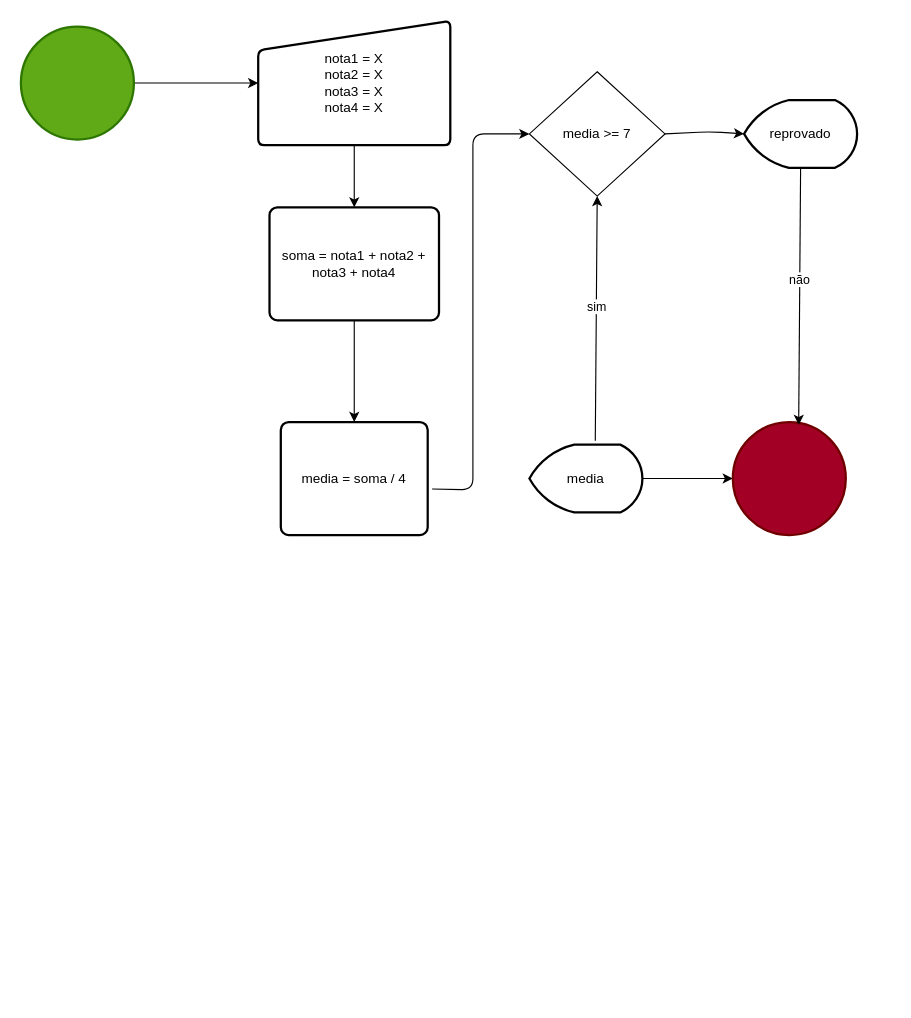
Before: aulas/aula01/calculo_notas.drawio in Gui94Siqueira/Logica-Programacao, a draw.io diagram. Source tidied: cells renumbered, new cells numbered last; positions are measured from the earlier drawing's top-left corner, leaving out a move shared by most shapes. Both pictures are drawn from the tidied source at 113%, with x=0, y=0 at pixel (20, 20).
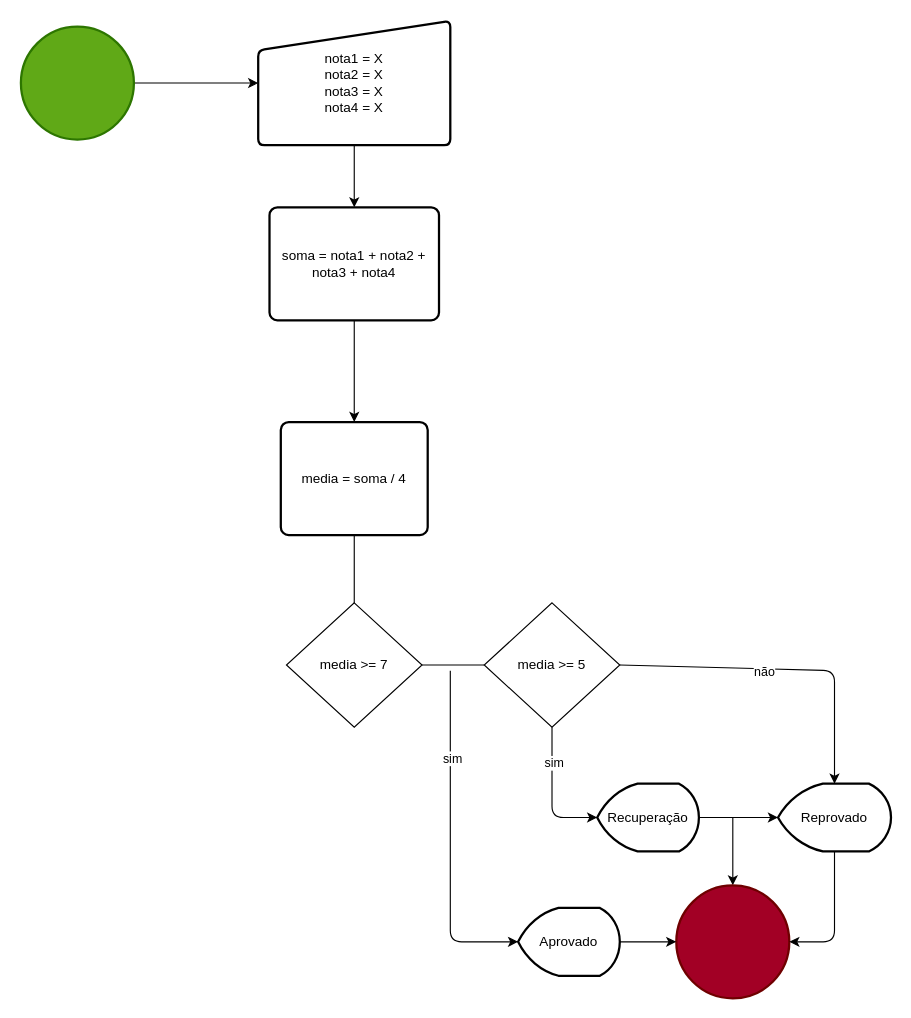
Above is the later version.

Commit message (it also covers changes not shown here):
atualização if else

The change refers to these unchanged cells:
```xml
<mxCell id="9" value="media = soma / 4" style="rounded=1;whiteSpace=wrap;html=1;absoluteArcSize=1;arcSize=14;strokeWidth=2;" parent="1" vertex="1">
  <mxGeometry x="230" y="355" width="130" height="100" as="geometry" />
</mxCell>
```

Diff of the diagram source:
```diff
@@
-    <mxCell id="8" style="edgeStyle=none;html=1;entryX=0;entryY=0.5;entryDx=0;entryDy=0;exitX=1.03;exitY=0.592;exitDx=0;exitDy=0;exitPerimeter=0;" parent="1" edge="1" source="9" target="13">
+    <mxCell id="8" style="edgeStyle=none;html=1;exitX=0.5;exitY=1;exitDx=0;exitDy=0;" parent="1" edge="1" source="9" target="13">
       <mxGeometry relative="1" as="geometry">
         <Array as="points">
-          <mxPoint x="400" y="415" />
-          <mxPoint x="400" y="100" />
+          <mxPoint x="295" y="495" />
+          <mxPoint x="295" y="535" />
         </Array>
       </mxGeometry>
     </mxCell>
@@
-    <mxCell id="10" style="edgeStyle=none;html=1;entryX=0;entryY=0.5;entryDx=0;entryDy=0;entryPerimeter=0;" parent="1" edge="1" source="11" target="12">
-      <mxGeometry relative="1" as="geometry" />
+    <mxCell id="10" style="edgeStyle=none;html=1;entryX=0.5;entryY=0;entryDx=0;entryDy=0;entryPerimeter=0;" parent="1" edge="1" target="12">
+      <mxGeometry relative="1" as="geometry">
+        <mxPoint x="630" y="705" as="sourcePoint" />
+      </mxGeometry>
     </mxCell>
-    <mxCell id="11" value="media" style="strokeWidth=2;html=1;shape=mxgraph.flowchart.display;whiteSpace=wrap;" parent="1" vertex="1">
-      <mxGeometry x="450" y="375" width="100" height="60" as="geometry" />
+    <mxCell id="11" value="Reprovado" style="strokeWidth=2;html=1;shape=mxgraph.flowchart.display;whiteSpace=wrap;" parent="1" vertex="1">
+      <mxGeometry x="670" y="675" width="100" height="60" as="geometry" />
     </mxCell>
     <mxCell id="12" style="strokeWidth=2;html=1;shape=mxgraph.flowchart.start_2;whiteSpace=wrap;fillColor=#a20025;fontColor=#ffffff;strokeColor=#6F0000;" parent="1" vertex="1">
-      <mxGeometry x="630" y="355" width="100" height="100" as="geometry" />
+      <mxGeometry x="580" y="765" width="100" height="100" as="geometry" />
     </mxCell>
     <mxCell id="13" value="media &amp;gt;= 7" style="rhombus;whiteSpace=wrap;html=1;" parent="1" vertex="1">
-      <mxGeometry x="450" y="45" width="120" height="110" as="geometry" />
+      <mxGeometry x="235" y="515" width="120" height="110" as="geometry" />
     </mxCell>
-    <mxCell id="14" value="reprovado" style="strokeWidth=2;html=1;shape=mxgraph.flowchart.display;whiteSpace=wrap;" parent="1" vertex="1">
-      <mxGeometry x="640" y="70" width="100" height="60" as="geometry" />
+    <mxCell id="14" value="Aprovado&lt;br&gt;" style="strokeWidth=2;html=1;shape=mxgraph.flowchart.display;whiteSpace=wrap;" parent="1" vertex="1">
+      <mxGeometry x="440" y="785" width="90" height="60" as="geometry" />
     </mxCell>
-    <mxCell id="15" style="edgeStyle=none;html=1;exitX=0.583;exitY=-0.056;exitDx=0;exitDy=0;exitPerimeter=0;" parent="1" edge="1" source="11">
-      <mxGeometry relative="1" as="geometry">
-        <mxPoint x="510" y="155" as="targetPoint" />
-      </mxGeometry>
-    </mxCell>
+    <mxCell id="17" style="edgeStyle=none;html=1;entryX=0;entryY=0.5;entryDx=0;entryDy=0;entryPerimeter=0;" parent="1" edge="1" target="14">
+      <mxGeometry relative="1" as="geometry">
+        <mxPoint x="380" y="575" as="sourcePoint" />
+        <Array as="points">
+          <mxPoint x="380" y="815" />
+        </Array>
+      </mxGeometry>
+    </mxCell>
+    <mxCell id="19" value="sim" style="edgeLabel;html=1;align=center;verticalAlign=middle;" parent="17" vertex="1">
+      <mxGeometry x="-0.49" y="1" relative="1" as="geometry" />
+    </mxCell>
+    <mxCell id="18" style="edgeStyle=none;html=1;exitX=1;exitY=0.5;exitDx=0;exitDy=0;startArrow=none;entryX=0.5;entryY=0;entryDx=0;entryDy=0;entryPerimeter=0;" parent="1" edge="1" source="24" target="11">
+      <mxGeometry relative="1" as="geometry">
+        <Array as="points">
+          <mxPoint x="720" y="575" />
+        </Array>
+      </mxGeometry>
+    </mxCell>
+    <mxCell id="20" value="não" style="edgeLabel;html=1;align=center;verticalAlign=middle;" parent="18" vertex="1">
+      <mxGeometry x="-0.12" y="-2" relative="1" as="geometry" />
+    </mxCell>
+    <mxCell id="21" value="Recuperação" style="strokeWidth=2;html=1;shape=mxgraph.flowchart.display;whiteSpace=wrap;" parent="1" vertex="1">
+      <mxGeometry x="510" y="675" width="90" height="60" as="geometry" />
+    </mxCell>
+    <mxCell id="22" style="edgeStyle=none;html=1;entryX=0;entryY=0.5;entryDx=0;entryDy=0;entryPerimeter=0;exitX=1;exitY=0.5;exitDx=0;exitDy=0;exitPerimeter=0;" parent="1" edge="1" source="21" target="11">
+      <mxGeometry relative="1" as="geometry" />
+    </mxCell>
+    <mxCell id="23" style="edgeStyle=none;html=1;endArrow=none;" parent="1" edge="1" source="13" target="24">
+      <mxGeometry relative="1" as="geometry" />
+    </mxCell>
+    <mxCell id="24" value="media &amp;gt;= 5" style="rhombus;whiteSpace=wrap;html=1;" parent="1" vertex="1">
+      <mxGeometry x="410" y="515" width="120" height="110" as="geometry" />
+    </mxCell>
+    <mxCell id="25" style="edgeStyle=none;html=1;entryX=0;entryY=0.5;entryDx=0;entryDy=0;entryPerimeter=0;" parent="1" edge="1" source="14" target="12">
+      <mxGeometry relative="1" as="geometry" />
+    </mxCell>
+    <mxCell id="26" style="edgeStyle=none;html=1;entryX=0;entryY=0.5;entryDx=0;entryDy=0;entryPerimeter=0;" parent="1" edge="1" source="24" target="21">
+      <mxGeometry relative="1" as="geometry">
+        <Array as="points">
+          <mxPoint x="470" y="675" />
+          <mxPoint x="470" y="705" />
+        </Array>
+      </mxGeometry>
+    </mxCell>
-    <mxCell id="16" value="sim&amp;nbsp;" style="edgeLabel;html=1;align=center;verticalAlign=middle;" parent="15" vertex="1">
-      <mxGeometry x="0.1" y="-1" relative="1" as="geometry" />
+    <mxCell id="16" value="sim" style="edgeLabel;html=1;align=center;verticalAlign=middle;" parent="26" vertex="1">
+      <mxGeometry x="-0.49" y="1" relative="1" as="geometry" />
     </mxCell>
-    <mxCell id="17" style="edgeStyle=none;html=1;entryX=0;entryY=0.5;entryDx=0;entryDy=0;entryPerimeter=0;exitX=1;exitY=0.5;exitDx=0;exitDy=0;" parent="1" edge="1" source="13" target="14">
-      <mxGeometry relative="1" as="geometry">
-        <Array as="points">
-          <mxPoint x="610" y="98" />
-        </Array>
-      </mxGeometry>
-    </mxCell>
-    <mxCell id="18" style="edgeStyle=none;html=1;exitX=0.5;exitY=1;exitDx=0;exitDy=0;exitPerimeter=0;entryX=0.583;entryY=0.025;entryDx=0;entryDy=0;entryPerimeter=0;" parent="1" edge="1" source="14" target="12">
-      <mxGeometry relative="1" as="geometry" />
-    </mxCell>
-    <mxCell id="19" value="não" style="edgeLabel;html=1;align=center;verticalAlign=middle;" parent="18" vertex="1">
-      <mxGeometry x="-0.13" y="-1" relative="1" as="geometry" />
-    </mxCell>
+    <mxCell id="27" style="edgeStyle=none;html=1;entryX=1;entryY=0.5;entryDx=0;entryDy=0;entryPerimeter=0;exitX=0.5;exitY=1;exitDx=0;exitDy=0;exitPerimeter=0;" parent="1" edge="1" source="11" target="12">
+      <mxGeometry relative="1" as="geometry">
+        <Array as="points">
+          <mxPoint x="720" y="815" />
+        </Array>
+      </mxGeometry>
+    </mxCell>
```
